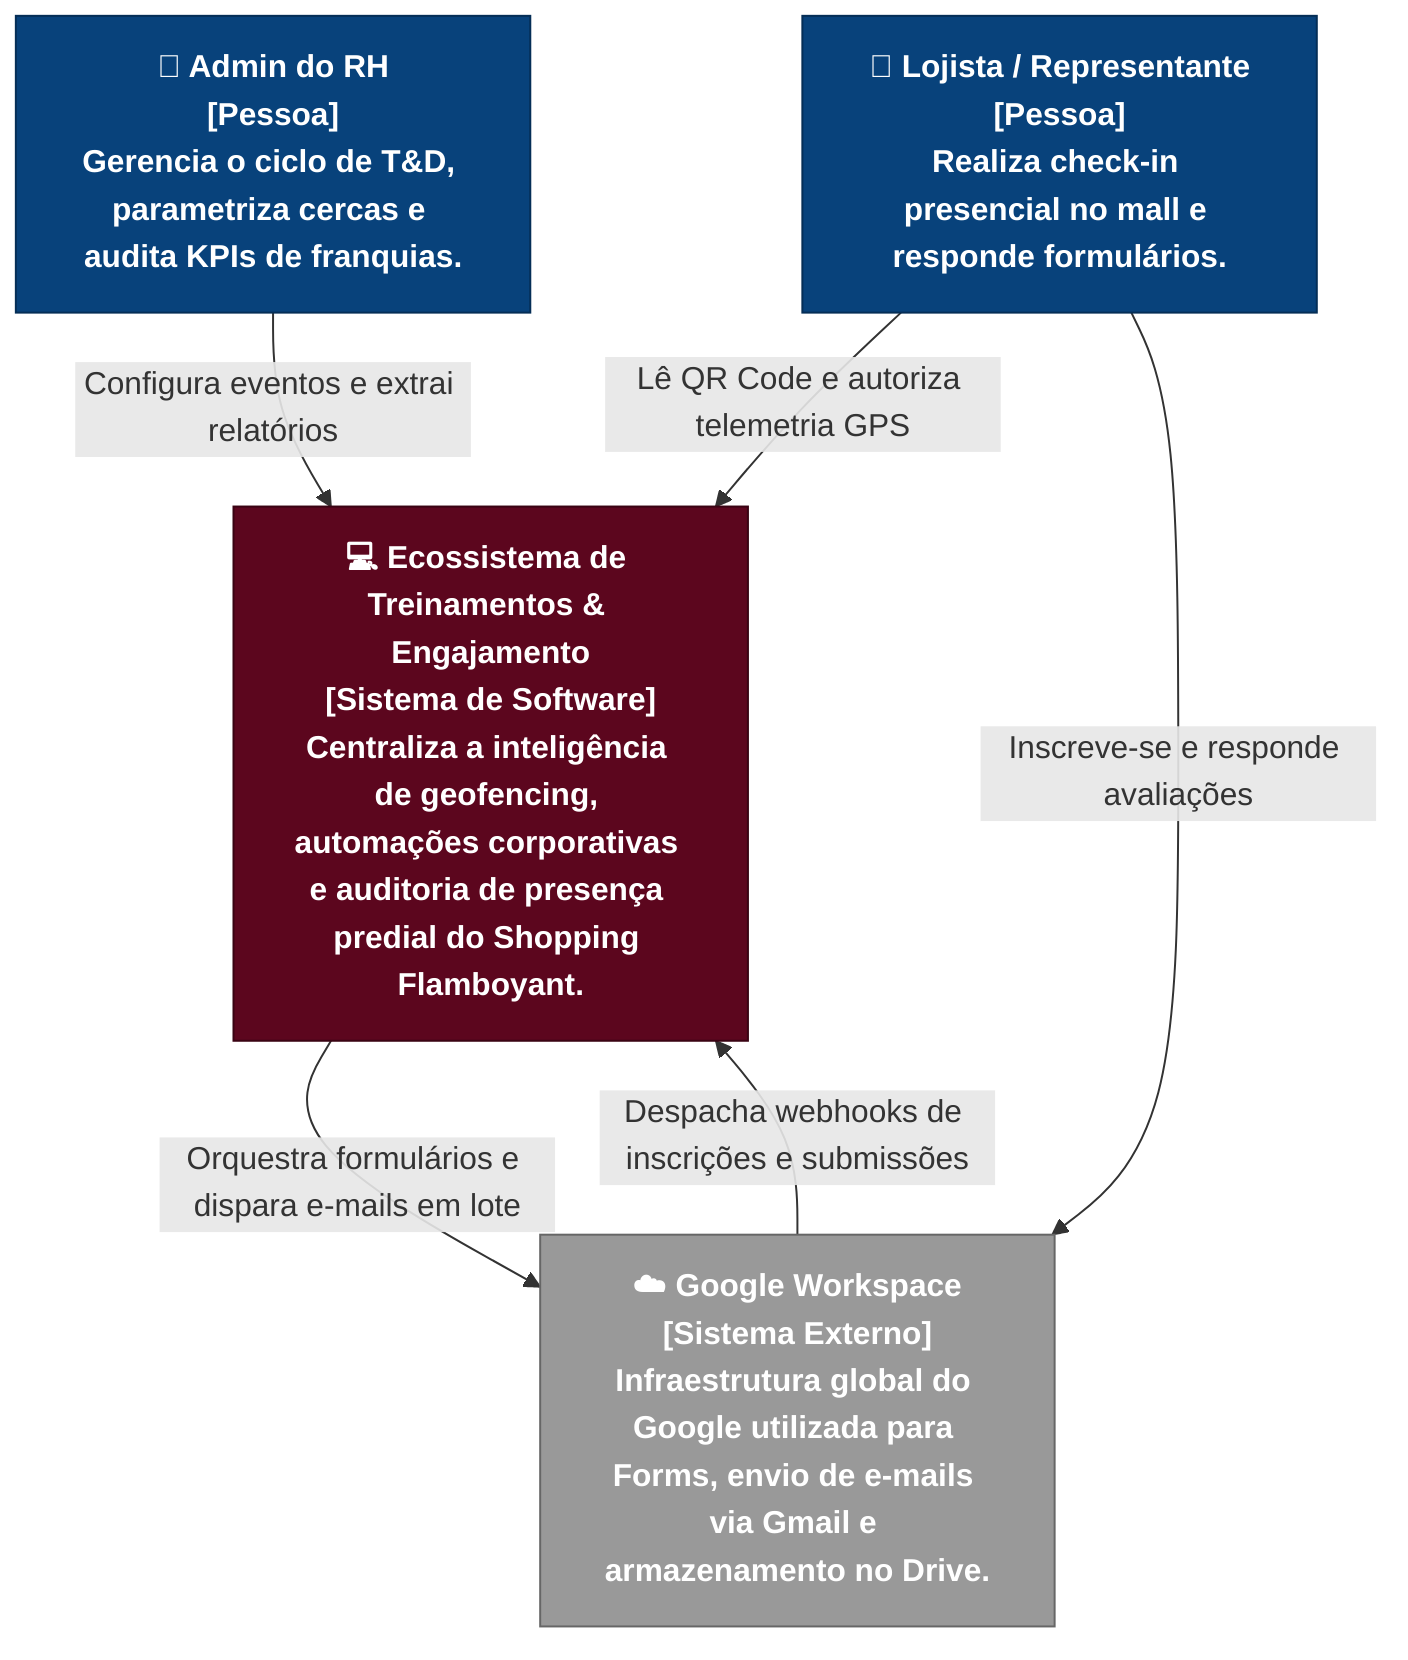
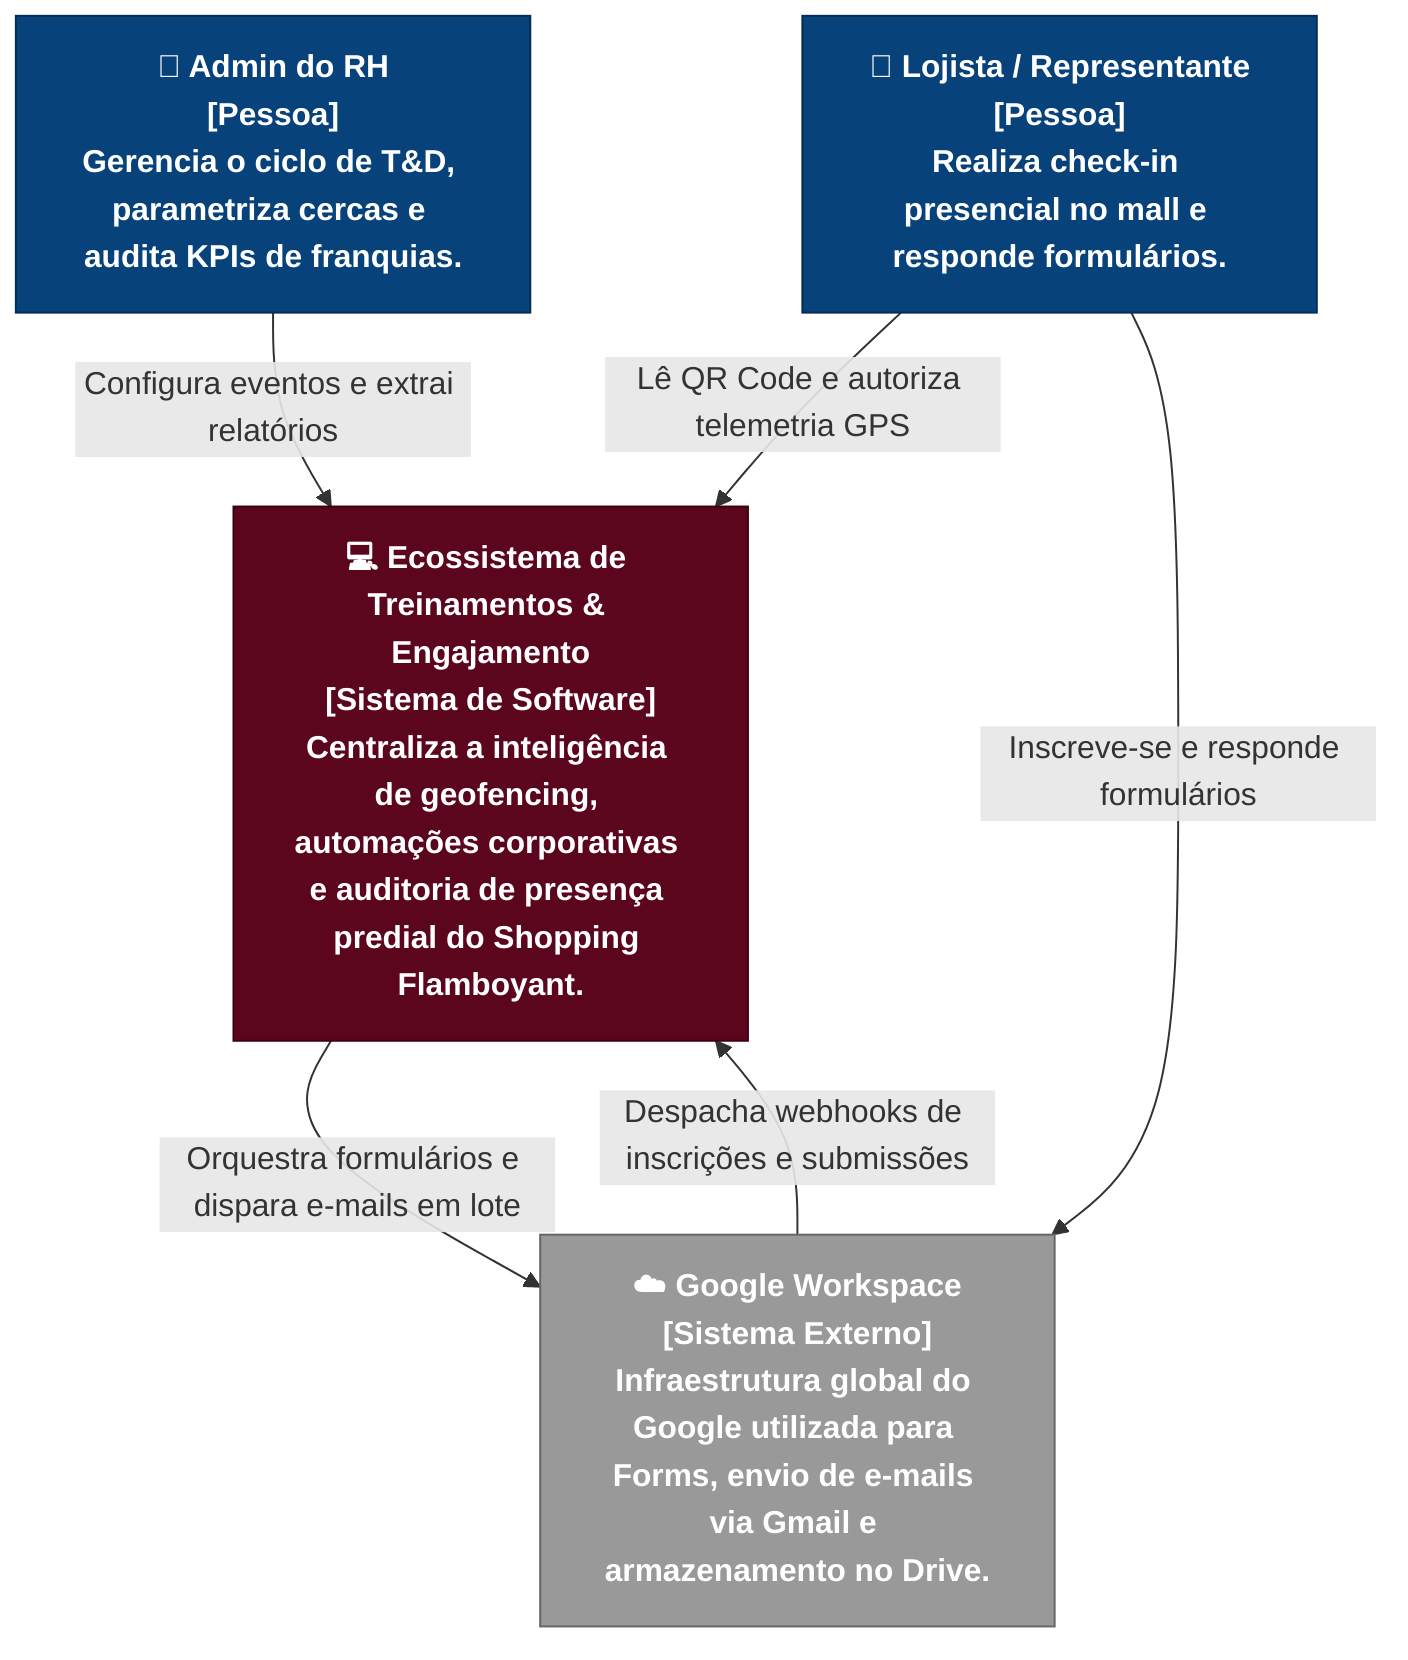
graph TB
    %% Definição de Estilos C4
    classDef person fill:#08427b,stroke:#052e56,color:#ffffff,font-weight:bold;
    classDef internal fill:#5C061E,stroke:#3a0313,color:#ffffff,font-weight:bold;
    classDef external fill:#999999,stroke:#666666,color:#ffffff,font-weight:bold;

    %% Atores
    Admin["👤 Admin do RH<br/>[Pessoa]<br/>Gerencia o ciclo de T&D, parametriza cercas e audita KPIs de franquias."]:::person
    Lojista["👤 Lojista / Representante<br/>[Pessoa]<br/>Realiza check-in presencial no mall e responde formulários."]:::person

    %% Sistemas
    CoreSystem["💻 Ecossistema de Treinamentos & Engajamento<br/>[Sistema de Software]<br/>Centraliza a inteligência de geofencing, automações corporativas e auditoria de presença predial do Shopping Flamboyant."]:::internal
    GWorkspace["☁️ Google Workspace<br/>[Sistema Externo]<br/>Infraestrutura global do Google utilizada para Forms, envio de e-mails via Gmail e armazenamento no Drive."]:::external

    %% Relacionamentos
    Admin -->|Configura eventos e extrai relatórios| CoreSystem
    Lojista -->|Lê QR Code e autoriza telemetria GPS| CoreSystem
-     Lojista -->|Inscreve-se e responde avaliações| GWorkspace
+     Lojista -->|Inscreve-se e responde formulários| GWorkspace
    CoreSystem -->|Orquestra formulários e dispara e-mails em lote| GWorkspace
    GWorkspace -->|Despacha webhooks de inscrições e submissões| CoreSystem
